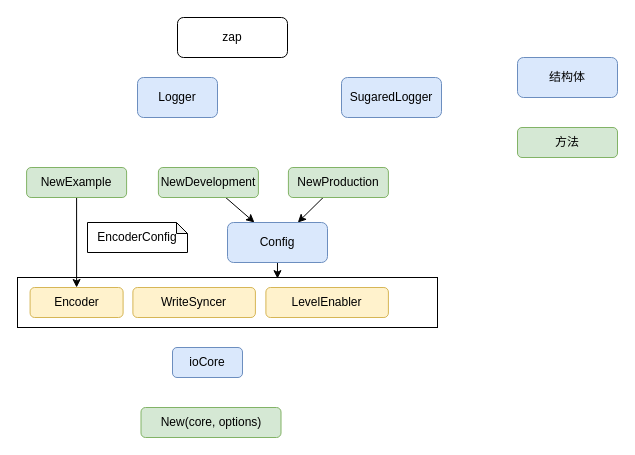
The draw.io diagram zap.drawio in zhangfuli/draw.io, before the edit. Source tidied: cells renumbered, new cells numbered last; positions are measured from the earlier drawing's top-left corner, leaving out a move shared by most shapes. Both pictures are drawn from the tidied source at 100%, with x=0, y=0 at pixel (17, 17).
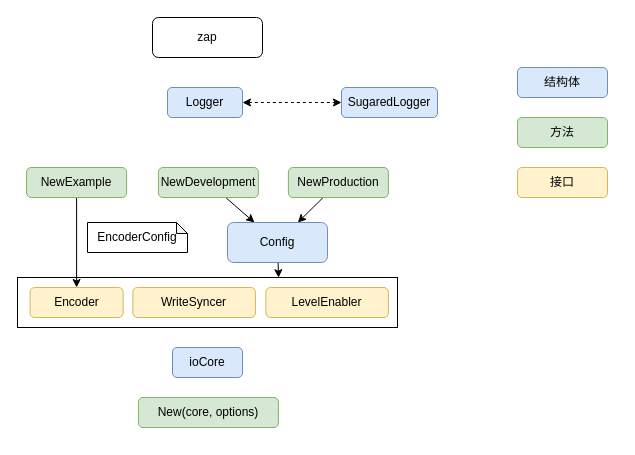
The same page after the edit.

The change refers to these unchanged cells:
```xml
<mxCell id="17" value="Config" style="rounded=1;whiteSpace=wrap;html=1;fillColor=#dae8fc;strokeColor=#6c8ebf;" parent="1" vertex="1">
  <mxGeometry x="210" y="205" width="100" height="40" as="geometry" />
</mxCell>
```

Change to the diagram source:
```diff
@@
     <mxCell id="2" style="rounded=0;whiteSpace=wrap;html=1;" parent="1" vertex="1">
-      <mxGeometry y="260" width="420" height="50" as="geometry" />
+      <mxGeometry y="260" width="380" height="50" as="geometry" />
     </mxCell>
     <mxCell id="3" value="zap" style="rounded=1;whiteSpace=wrap;html=1;" parent="1" vertex="1">
-      <mxGeometry x="160" width="110" height="40" as="geometry" />
+      <mxGeometry x="135" width="110" height="40" as="geometry" />
     </mxCell>
     <mxCell id="4" value="Logger" style="rounded=1;whiteSpace=wrap;html=1;fillColor=#dae8fc;strokeColor=#6c8ebf;" parent="1" vertex="1">
-      <mxGeometry x="120" y="60" width="80" height="40" as="geometry" />
+      <mxGeometry x="150" y="70" width="75" height="30" as="geometry" />
     </mxCell>
     <mxCell id="5" value="SugaredLogger" style="rounded=1;whiteSpace=wrap;html=1;fillColor=#dae8fc;strokeColor=#6c8ebf;" parent="1" vertex="1">
-      <mxGeometry x="324" y="60" width="100" height="40" as="geometry" />
+      <mxGeometry x="324" y="70" width="96" height="30" as="geometry" />
     </mxCell>
     <mxCell id="6" value="结构体" style="rounded=1;whiteSpace=wrap;html=1;fillColor=#dae8fc;strokeColor=#6c8ebf;" parent="1" vertex="1">
-      <mxGeometry x="500" y="40" width="100" height="40" as="geometry" />
+      <mxGeometry x="500" y="50" width="90" height="30" as="geometry" />
     </mxCell>
@@
     <mxCell id="13" value="New(core, options)" style="rounded=1;whiteSpace=wrap;html=1;fillColor=#d5e8d4;strokeColor=#82b366;" parent="1" vertex="1">
-      <mxGeometry x="123.5" y="390" width="140" height="30" as="geometry" />
+      <mxGeometry x="120.9" y="380" width="140" height="30" as="geometry" />
     </mxCell>
@@
-    <mxCell id="16" style="rounded=0;jettySize=auto;html=1;entryX=0.619;entryY=0.023;entryDx=0;entryDy=0;entryPerimeter=0;" parent="1" edge="1" source="17" target="2">
+    <mxCell id="16" style="rounded=0;jettySize=auto;html=1;entryX=0.687;entryY=0.004;entryDx=0;entryDy=0;entryPerimeter=0;" parent="1" edge="1" source="17" target="2">
       <mxGeometry relative="1" as="geometry" />
     </mxCell>
@@
     <mxCell id="19" value="方法" style="rounded=1;whiteSpace=wrap;html=1;fillColor=#d5e8d4;strokeColor=#82b366;" parent="1" vertex="1">
-      <mxGeometry x="500" y="110" width="100" height="30" as="geometry" />
+      <mxGeometry x="500" y="100" width="90" height="30" as="geometry" />
     </mxCell>
@@
+    <mxCell id="22" style="endArrow=classic;startArrow=classic;html=1;rounded=0;entryX=0;entryY=0.5;entryDx=0;entryDy=0;exitX=1;exitY=0.5;exitDx=0;exitDy=0;dashed=1;" parent="1" edge="1" source="4" target="5">
+      <mxGeometry relative="1" as="geometry" />
+    </mxCell>
+    <mxCell id="23" value="接口" style="rounded=1;whiteSpace=wrap;html=1;fillColor=#fff2cc;strokeColor=#d6b656;" parent="1" vertex="1">
+      <mxGeometry x="500" y="150" width="90" height="30" as="geometry" />
+    </mxCell>
```
